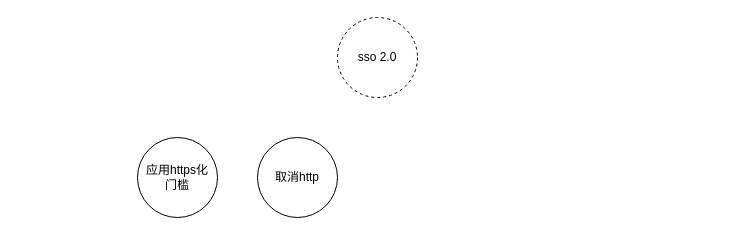
zhangjiongcn/drawio keeps this draw.io diagram as page "Page-4" (4 of 4) of sso.drawio. Above is the earlier version. Source tidied: cells renumbered, new cells numbered last; positions are measured from the earlier drawing's top-left corner, leaving out a move shared by most shapes. Both pictures are drawn from the tidied source at 100%, with x=0, y=0 at pixel (137, 17).
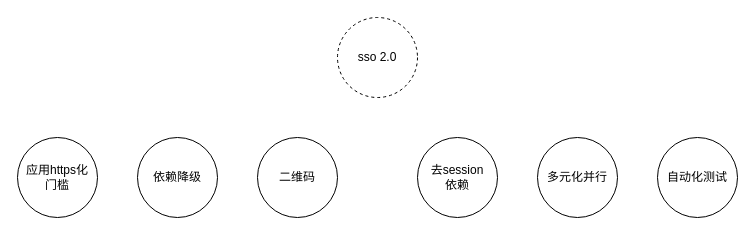
The same diagram, later.

Diff of the diagram source:
```diff
@@
 <mxGraphModel>
   <root>
     <mxCell id="0" />
     <mxCell id="1" parent="0" />
     <mxCell id="2" value="sso 2.0" style="ellipse;whiteSpace=wrap;html=1;dashed=1;" parent="1" vertex="1">
       <mxGeometry x="200" width="80" height="80" as="geometry" />
     </mxCell>
     <mxCell id="3" value="应用https化&lt;br&gt;门槛" style="ellipse;whiteSpace=wrap;html=1;" parent="1" vertex="1">
-      <mxGeometry y="120" width="80" height="80" as="geometry" />
+      <mxGeometry x="-120" y="120" width="80" height="80" as="geometry" />
     </mxCell>
-    <mxCell id="4" value="取消http" style="ellipse;whiteSpace=wrap;html=1;" parent="1" vertex="1">
-      <mxGeometry x="120" y="120" width="80" height="80" as="geometry" />
-    </mxCell>
+    <mxCell id="5" value="依赖降级" style="ellipse;whiteSpace=wrap;html=1;" parent="1" vertex="1">
+      <mxGeometry y="120" width="80" height="80" as="geometry" />
+    </mxCell>
+    <mxCell id="6" value="二维码" style="ellipse;whiteSpace=wrap;html=1;" parent="1" vertex="1">
+      <mxGeometry x="120" y="120" width="80" height="80" as="geometry" />
+    </mxCell>
+    <mxCell id="7" value="去session&lt;br&gt;依赖" style="ellipse;whiteSpace=wrap;html=1;" parent="1" vertex="1">
+      <mxGeometry x="280" y="120" width="80" height="80" as="geometry" />
+    </mxCell>
+    <mxCell id="8" value="多元化并行" style="ellipse;whiteSpace=wrap;html=1;" parent="1" vertex="1">
+      <mxGeometry x="400" y="120" width="80" height="80" as="geometry" />
+    </mxCell>
+    <mxCell id="9" value="自动化测试" style="ellipse;whiteSpace=wrap;html=1;" parent="1" vertex="1">
+      <mxGeometry x="520" y="120" width="80" height="80" as="geometry" />
+    </mxCell>
   </root>
 </mxGraphModel>
```
